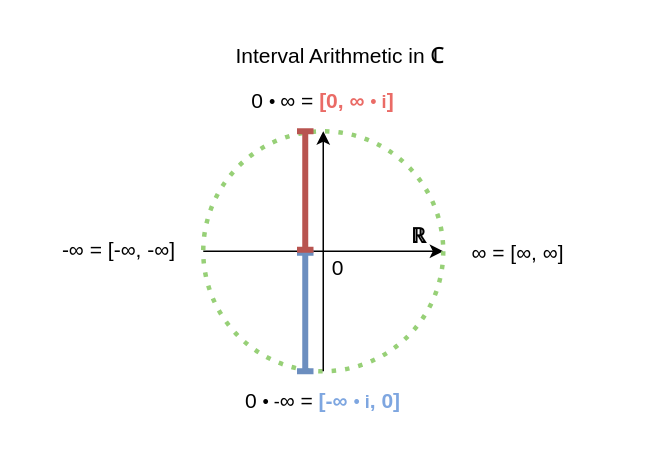
Above: illustrations/visual_interval_number.drawio in McNopper/ZeroInfinity (draw.io), before the change. Source tidied: cells renumbered, new cells numbered last; positions are measured from the earlier drawing's top-left corner, leaving out a move shared by most shapes. Both pictures are drawn from the tidied source at 150%, with x=0, y=0 at pixel (28, 26).
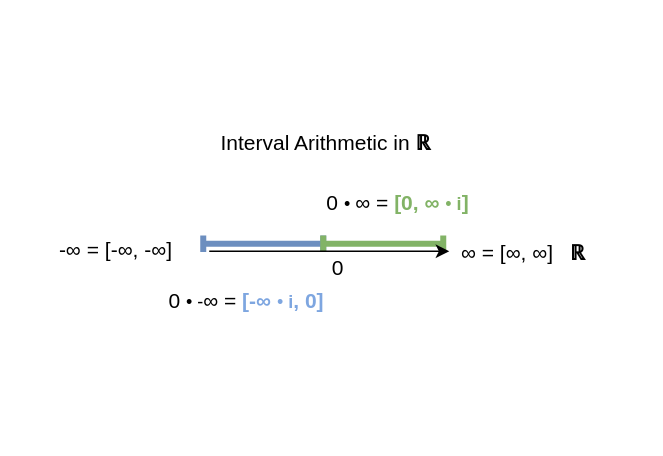
After the change.

Commit message (it also covers changes not shown here):
Hmm, is the complex number argumentation required.

Diff of the diagram source:
```diff
@@
 <mxGraphModel>
   <root>
     <mxCell id="0" />
     <mxCell id="1" parent="0" />
+    <mxCell id="11" style="endArrow=baseDash;html=1;rounded=0;startArrow=baseDash;startFill=0;endFill=0;fillColor=#dae8fc;strokeColor=#6c8ebf;strokeWidth=4;" parent="1" edge="1">
+      <mxGeometry relative="1" as="geometry">
+        <mxPoint x="116" y="145" as="sourcePoint" />
+        <mxPoint x="196" y="145" as="targetPoint" />
+      </mxGeometry>
+    </mxCell>
+    <mxCell id="12" style="endArrow=baseDash;html=1;rounded=0;startArrow=baseDash;startFill=0;endFill=0;fillColor=#d5e8d4;strokeColor=#82b366;strokeWidth=4;" parent="1" edge="1">
+      <mxGeometry relative="1" as="geometry">
+        <mxPoint x="196" y="145" as="sourcePoint" />
+        <mxPoint x="276" y="145" as="targetPoint" />
+      </mxGeometry>
+    </mxCell>
-    <mxCell id="2" style="endArrow=classic;html=1;rounded=0;entryX=1;entryY=0.5;entryDx=0;entryDy=0;exitX=0;exitY=0.5;exitDx=0;exitDy=0;" parent="1" edge="1" source="5" target="5">
-      <mxGeometry relative="1" as="geometry" />
+    <mxCell id="2" style="endArrow=classic;html=1;rounded=0;entryX=1;entryY=0.5;entryDx=0;entryDy=0;exitX=0;exitY=0.5;exitDx=0;exitDy=0;" parent="1" edge="1">
+      <mxGeometry relative="1" as="geometry">
+        <mxPoint x="120" y="150" as="sourcePoint" />
+        <mxPoint x="280" y="150" as="targetPoint" />
+      </mxGeometry>
     </mxCell>
     <mxCell id="3" value="&lt;font style=&quot;font-size: 14px;&quot;&gt;∞&amp;nbsp;&lt;/font&gt;&lt;span style=&quot;font-size: 14px;&quot;&gt;= [&lt;/span&gt;&lt;span style=&quot;font-size: 14px;&quot;&gt;∞&lt;/span&gt;&lt;span style=&quot;font-size: 14px;&quot;&gt;,&amp;nbsp;&lt;/span&gt;&lt;span style=&quot;font-size: 14px;&quot;&gt;∞&lt;/span&gt;&lt;span style=&quot;font-size: 14px;&quot;&gt;]&lt;/span&gt;" style="text;html=1;align=center;verticalAlign=middle;whiteSpace=wrap;rounded=0;" parent="1" vertex="1">
-      <mxGeometry x="266" y="131" width="120" height="40" as="geometry" />
+      <mxGeometry x="259" y="131" width="120" height="40" as="geometry" />
     </mxCell>
-    <mxCell id="4" value="&lt;span style=&quot;font-size: 14px;&quot;&gt;Interval Arithmetic in&amp;nbsp;&lt;/span&gt;&lt;b style=&quot;font-size: 14px; text-align: center;&quot;&gt;ℂ&lt;/b&gt;" style="text;html=1;align=left;verticalAlign=middle;whiteSpace=wrap;rounded=0;" parent="1" vertex="1">
-      <mxGeometry x="136" width="270" height="40" as="geometry" />
+    <mxCell id="4" value="&lt;span style=&quot;font-size: 14px;&quot;&gt;Interval Arithmetic in&amp;nbsp;&lt;/span&gt;&lt;b style=&quot;font-size: 14px; text-align: center;&quot;&gt;ℝ&lt;/b&gt;" style="text;html=1;align=left;verticalAlign=middle;whiteSpace=wrap;rounded=0;" parent="1" vertex="1">
+      <mxGeometry x="126" y="58" width="150" height="40" as="geometry" />
     </mxCell>
-    <mxCell id="5" style="ellipse;whiteSpace=wrap;html=1;fillColor=none;dashed=1;dashPattern=1 2;strokeColor=#97D077;strokeWidth=3;" parent="1" vertex="1">
-      <mxGeometry x="116" y="70" width="160" height="160" as="geometry" />
-    </mxCell>
     <mxCell id="6" value="&lt;font style=&quot;font-size: 14px;&quot;&gt;-∞&amp;nbsp;&lt;/font&gt;&lt;span style=&quot;font-size: 14px;&quot;&gt;= [-&lt;/span&gt;&lt;span style=&quot;font-size: 14px;&quot;&gt;∞,&amp;nbsp;&lt;/span&gt;&lt;span style=&quot;font-size: 14px;&quot;&gt;-&lt;/span&gt;&lt;span style=&quot;font-size: 14px;&quot;&gt;∞&lt;/span&gt;&lt;span style=&quot;font-size: 14px;&quot;&gt;]&lt;/span&gt;" style="text;html=1;align=center;verticalAlign=middle;whiteSpace=wrap;rounded=0;" parent="1" vertex="1">
-      <mxGeometry y="129" width="120" height="40" as="geometry" />
+      <mxGeometry x="-2" y="129" width="120" height="40" as="geometry" />
     </mxCell>
     <mxCell id="7" value="&lt;font style=&quot;font-size: 14px;&quot;&gt;0&lt;/font&gt;" style="text;html=1;align=center;verticalAlign=middle;whiteSpace=wrap;rounded=0;" parent="1" vertex="1">
       <mxGeometry x="176" y="141" width="60" height="39" as="geometry" />
     </mxCell>
-    <mxCell id="8" style="endArrow=classic;html=1;rounded=0;entryX=0.5;entryY=0;entryDx=0;entryDy=0;" parent="1" edge="1" target="5">
-      <mxGeometry relative="1" as="geometry">
-        <mxPoint x="196" y="230" as="sourcePoint" />
-      </mxGeometry>
-    </mxCell>
-    <mxCell id="9" value="&lt;font style=&quot;font-size: 14px;&quot;&gt;0&amp;nbsp;&lt;span style=&quot;font-size: 12px; background-color: initial;&quot;&gt;•&amp;nbsp;&lt;/span&gt;∞ =&amp;nbsp;&lt;/font&gt;&lt;b style=&quot;color: rgb(234, 107, 102); font-size: 14px;&quot;&gt;[0,&amp;nbsp;∞&amp;nbsp;&lt;/b&gt;&lt;span style=&quot;color: rgb(234, 107, 102);&quot;&gt;•&amp;nbsp;&lt;b&gt;i&lt;/b&gt;&lt;/span&gt;&lt;b style=&quot;color: rgb(234, 107, 102); font-size: 14px;&quot;&gt;]&lt;/b&gt;" style="text;html=1;align=center;verticalAlign=middle;whiteSpace=wrap;rounded=0;" parent="1" vertex="1">
-      <mxGeometry x="116" y="30" width="160" height="40" as="geometry" />
+    <mxCell id="9" value="&lt;font style=&quot;font-size: 14px;&quot;&gt;0&amp;nbsp;&lt;span style=&quot;font-size: 12px; background-color: initial;&quot;&gt;•&amp;nbsp;&lt;/span&gt;∞ =&amp;nbsp;&lt;/font&gt;&lt;font color=&quot;#82b366&quot;&gt;&lt;b style=&quot;font-size: 14px;&quot;&gt;[0,&amp;nbsp;∞&amp;nbsp;&lt;/b&gt;•&amp;nbsp;&lt;b style=&quot;&quot;&gt;i&lt;/b&gt;&lt;b style=&quot;font-size: 14px;&quot;&gt;]&lt;/b&gt;&lt;/font&gt;" style="text;html=1;align=center;verticalAlign=middle;whiteSpace=wrap;rounded=0;" parent="1" vertex="1">
+      <mxGeometry x="166" y="98" width="160" height="40" as="geometry" />
     </mxCell>
     <mxCell id="10" value="&lt;font style=&quot;font-size: 14px;&quot;&gt;0&amp;nbsp;&lt;span style=&quot;font-size: 12px; background-color: initial;&quot;&gt;• -&lt;/span&gt;∞ =&amp;nbsp;&lt;/font&gt;&lt;font color=&quot;#7ea6e0&quot;&gt;&lt;b style=&quot;font-size: 14px;&quot;&gt;[-∞&amp;nbsp;&lt;/b&gt;•&amp;nbsp;&lt;b&gt;i&lt;/b&gt;&lt;b style=&quot;font-size: 14px;&quot;&gt;, 0]&lt;/b&gt;&lt;/font&gt;" style="text;html=1;align=center;verticalAlign=middle;whiteSpace=wrap;rounded=0;" parent="1" vertex="1">
-      <mxGeometry x="116" y="230" width="160" height="40" as="geometry" />
+      <mxGeometry x="65" y="163" width="160" height="40" as="geometry" />
     </mxCell>
-    <mxCell id="11" style="endArrow=baseDash;html=1;rounded=0;startArrow=baseDash;startFill=0;endFill=0;entryX=1;entryY=0.5;entryDx=0;entryDy=0;fillColor=#dae8fc;strokeColor=#6c8ebf;strokeWidth=4;" parent="1" edge="1">
-      <mxGeometry relative="1" as="geometry">
-        <mxPoint x="184" y="230" as="sourcePoint" />
-        <mxPoint x="184" y="151" as="targetPoint" />
-      </mxGeometry>
-    </mxCell>
-    <mxCell id="12" style="endArrow=baseDash;html=1;rounded=0;startArrow=baseDash;startFill=0;endFill=0;entryX=1;entryY=0.5;entryDx=0;entryDy=0;fillColor=#f8cecc;strokeColor=#b85450;strokeWidth=4;" parent="1" edge="1">
-      <mxGeometry relative="1" as="geometry">
-        <mxPoint x="184" y="149" as="sourcePoint" />
-        <mxPoint x="184" y="70" as="targetPoint" />
-      </mxGeometry>
-    </mxCell>
     <mxCell id="13" value="&lt;font style=&quot;font-size: 14px;&quot;&gt;&lt;b&gt;ℝ&lt;/b&gt;&lt;/font&gt;" style="text;html=1;align=center;verticalAlign=middle;whiteSpace=wrap;rounded=0;" parent="1" vertex="1">
-      <mxGeometry x="230" y="120" width="60" height="40" as="geometry" />
+      <mxGeometry x="336" y="131" width="60" height="40" as="geometry" />
     </mxCell>
   </root>
 </mxGraphModel>
```
